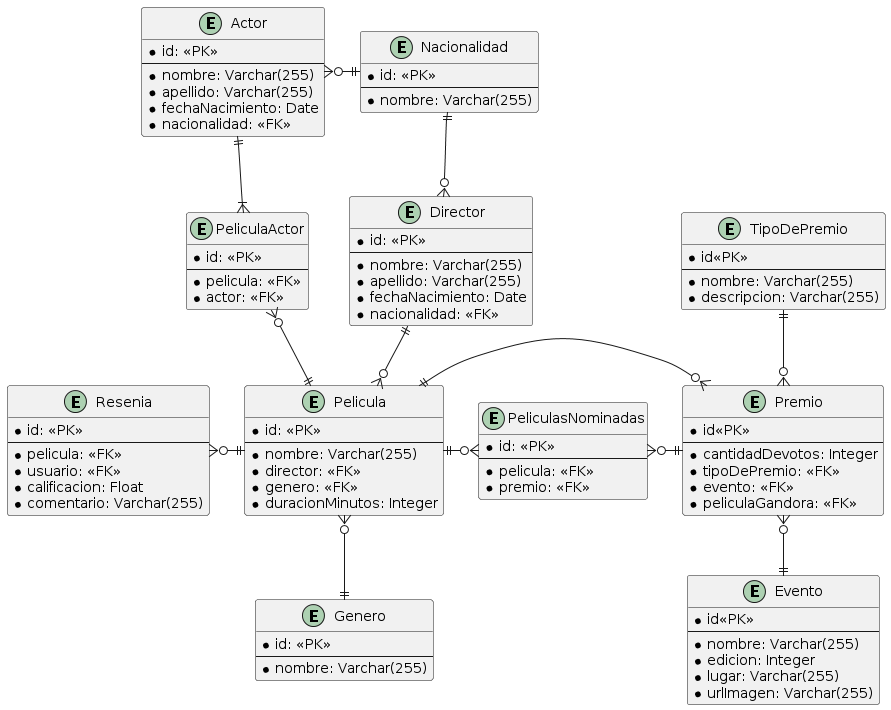
Before: src/main/resources/DER.png, a diagram exported from PlantUML (AndyTrias/festivalPeliculas).
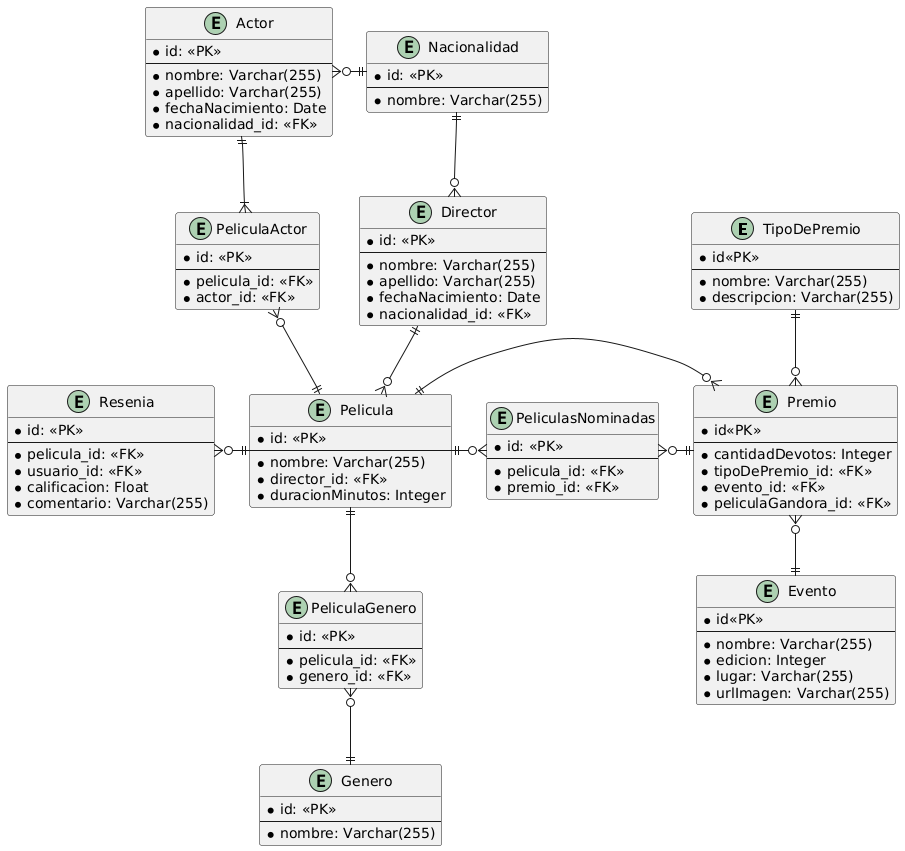
The same file after the commit.

Commit message:
agrego diagramas

Diff of the diagram source:
```diff
@@ -10,9 +10,9 @@
     *id<<PK>>
     --
     *cantidadDevotos: Integer
-    *tipoDePremio: <<FK>>
-    *evento: <<FK>>
-    *peliculaGandora: <<FK>>
+    *tipoDePremio_id: <<FK>>
+    *evento_id: <<FK>>
+    *peliculaGandora_id: <<FK>>
 }
 TipoDePremio ||--o{ Premio
 
@@ -30,16 +30,15 @@
  *id: <<PK>>
  --
  *nombre: Varchar(255)
- *director: <<FK>>
- *genero: <<FK>>
+ *director_id: <<FK>>
  *duracionMinutos: Integer
 }
 
 entity PeliculasNominadas{
  *id: <<PK>>
  --
- *pelicula: <<FK>>
- *premio: <<FK>>
+ *pelicula_id: <<FK>>
+ *premio_id: <<FK>>
 }
 Pelicula ||-o{ PeliculasNominadas
 PeliculasNominadas }o-||Premio
@@ -50,7 +49,16 @@
  --
  *nombre: Varchar(255)
 }
-Pelicula }o--||Genero
+
+entity PeliculaGenero{
+ *id: <<PK>>
+ --
+ *pelicula_id: <<FK>>
+ *genero_id: <<FK>>
+}
+
+Pelicula ||--o{PeliculaGenero
+PeliculaGenero }o--||Genero
 
 entity Director{
  *id: <<PK>>
@@ -58,15 +66,15 @@
  *nombre: Varchar(255)
  *apellido: Varchar(255)
  *fechaNacimiento: Date
- *nacionalidad: <<FK>>
+ *nacionalidad_id: <<FK>>
 }
 Director ||--o{ Pelicula
 
 entity Resenia{
  *id: <<PK>>
  --
- *pelicula: <<FK>>
- *usuario: <<FK>>
+ *pelicula_id: <<FK>>
+ *usuario_id: <<FK>>
  *calificacion: Float
  *comentario: Varchar(255)
 }
@@ -78,14 +86,14 @@
  *nombre: Varchar(255)
  *apellido: Varchar(255)
  *fechaNacimiento: Date
- *nacionalidad: <<FK>>
+ *nacionalidad_id: <<FK>>
 }
 
 entity PeliculaActor{
  *id: <<PK>>
  --
- *pelicula: <<FK>>
- *actor: <<FK>>
+ *pelicula_id: <<FK>>
+ *actor_id: <<FK>>
 }
 Actor ||--|{ PeliculaActor
 PeliculaActor }o--||Pelicula
```
